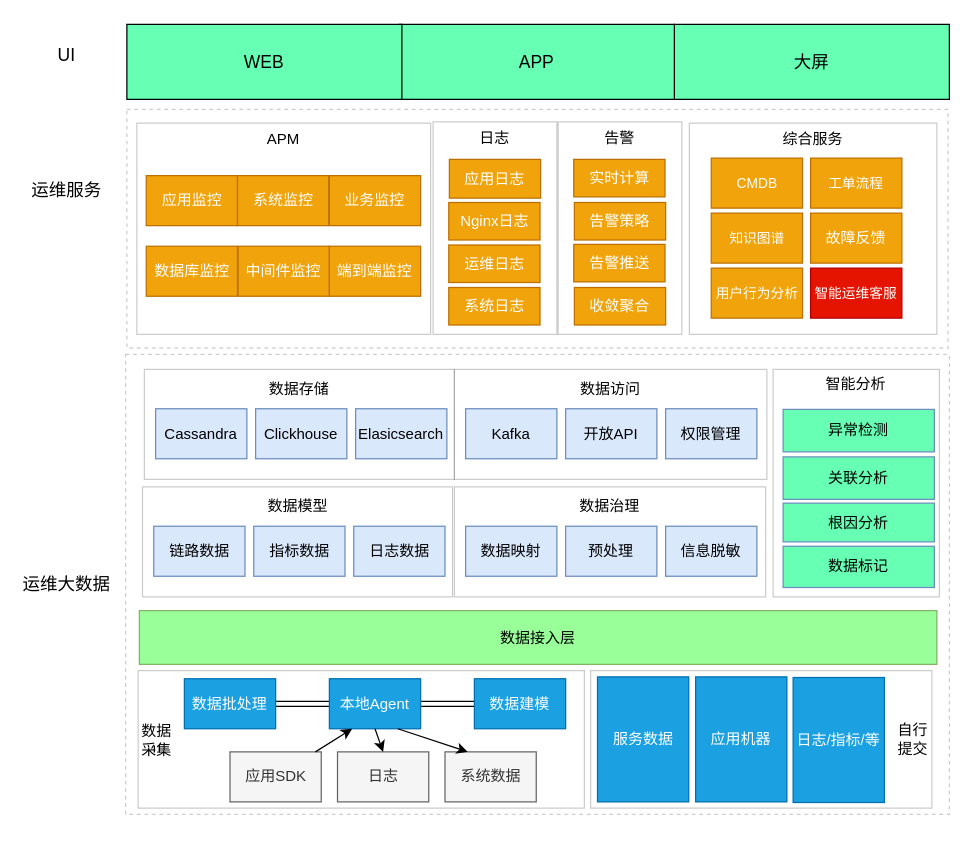
Above: 传化盖亚架构图.drawio in sunface/draw.io (draw.io), before the change. Source tidied: cells renumbered, new cells numbered last; positions are measured from the earlier drawing's top-left corner, leaving out a move shared by most shapes. Both pictures are drawn from the tidied source at 125%, with x=0, y=0 at pixel (21, 24).
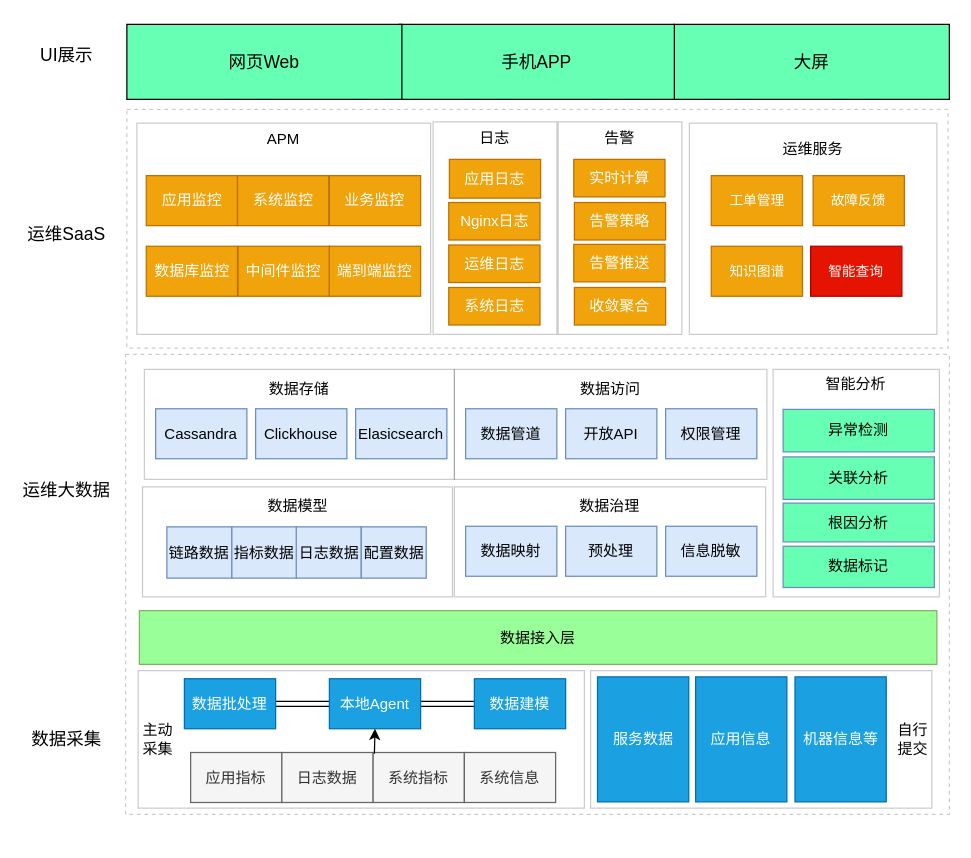
The same diagram, later.

Commit message (it also covers changes not shown here):
Update 传化盖亚架构图.drawio

Unchanged cells that the change refers to:
```xml
<mxCell id="8" value="本地Agent" style="rounded=0;whiteSpace=wrap;html=1;shadow=0;fillColor=#1ba1e2;fontSize=12;strokeColor=#006EAF;fontColor=#ffffff;" parent="1" vertex="1">
  <mxGeometry x="246" y="523.5" width="73" height="40" as="geometry" />
</mxCell>
```

The edit, as a diff of the source:
```diff
@@
     <mxCell id="4" value="运维大数据" style="text;html=1;strokeColor=none;fillColor=none;align=center;verticalAlign=middle;whiteSpace=wrap;rounded=0;shadow=0;dashed=1;fontSize=14;opacity=20;" parent="1" vertex="1">
-      <mxGeometry y="438" width="72" height="20" as="geometry" />
+      <mxGeometry y="363" width="72" height="20" as="geometry" />
     </mxCell>
-    <mxCell id="5" value="数据采集" style="text;html=1;strokeColor=none;fillColor=none;align=center;verticalAlign=middle;whiteSpace=wrap;rounded=0;shadow=0;fontSize=12;opacity=20;" parent="1" vertex="1">
-      <mxGeometry x="93" y="562.5" width="30" height="20" as="geometry" />
-    </mxCell>
@@
-    <mxCell id="9" value="应用SDK" style="rounded=0;whiteSpace=wrap;html=1;shadow=0;fillColor=#f5f5f5;fontSize=12;strokeColor=#666666;fontColor=#333333;" parent="1" vertex="1">
-      <mxGeometry x="166.5" y="582" width="73" height="40" as="geometry" />
+    <mxCell id="9" value="应用指标" style="rounded=0;whiteSpace=wrap;html=1;shadow=0;fillColor=#f5f5f5;fontSize=12;strokeColor=#666666;fontColor=#333333;" parent="1" vertex="1">
+      <mxGeometry x="135" y="582.5" width="73" height="40" as="geometry" />
     </mxCell>
-    <mxCell id="10" value="日志" style="rounded=0;whiteSpace=wrap;html=1;shadow=0;fillColor=#f5f5f5;fontSize=12;strokeColor=#666666;fontColor=#333333;" parent="1" vertex="1">
-      <mxGeometry x="252.5" y="582" width="73" height="40" as="geometry" />
+    <mxCell id="10" value="日志数据" style="rounded=0;whiteSpace=wrap;html=1;shadow=0;fillColor=#f5f5f5;fontSize=12;strokeColor=#666666;fontColor=#333333;" parent="1" vertex="1">
+      <mxGeometry x="208" y="582.5" width="73" height="40" as="geometry" />
     </mxCell>
@@
-    <mxCell id="12" style="edgeStyle=orthogonalEdgeStyle;shape=link;rounded=0;orthogonalLoop=1;jettySize=auto;html=1;exitX=0.5;exitY=1;exitDx=0;exitDy=0;entryX=0.5;entryY=0.725;entryDx=0;entryDy=0;entryPerimeter=0;startArrow=classic;startFill=1;endArrow=none;endFill=0;fontSize=12;" parent="1" edge="1" source="5" target="5">
-      <mxGeometry relative="1" as="geometry" />
-    </mxCell>
-    <mxCell id="13" style="endArrow=classic;html=1;fontSize=12;entryX=0.25;entryY=1;entryDx=0;entryDy=0;" parent="1" edge="1" source="9" target="8">
-      <mxGeometry relative="1" as="geometry" />
-    </mxCell>
-    <mxCell id="14" style="endArrow=none;html=1;fontSize=12;exitX=0.5;exitY=0;exitDx=0;exitDy=0;startArrow=classic;startFill=1;endFill=0;entryX=0.5;entryY=1;entryDx=0;entryDy=0;" parent="1" edge="1" source="10" target="8">
-      <mxGeometry relative="1" as="geometry" />
-    </mxCell>
@@
-    <mxCell id="17" value="系统数据" style="rounded=0;whiteSpace=wrap;html=1;shadow=0;fillColor=#f5f5f5;fontSize=12;strokeColor=#666666;fontColor=#333333;" parent="1" vertex="1">
-      <mxGeometry x="338.5" y="582" width="73" height="40" as="geometry" />
+    <mxCell id="17" value="系统指标" style="rounded=0;whiteSpace=wrap;html=1;shadow=0;fillColor=#f5f5f5;fontSize=12;strokeColor=#666666;fontColor=#333333;" parent="1" vertex="1">
+      <mxGeometry x="281" y="582.5" width="73" height="40" as="geometry" />
     </mxCell>
-    <mxCell id="18" style="endArrow=none;html=1;fontSize=12;entryX=0.75;entryY=1;entryDx=0;entryDy=0;exitX=0.25;exitY=0;exitDx=0;exitDy=0;startArrow=classic;startFill=1;endFill=0;" parent="1" edge="1" source="17" target="8">
-      <mxGeometry relative="1" as="geometry" />
-    </mxCell>
@@
     <mxCell id="21" value="链路数据" style="rounded=0;whiteSpace=wrap;html=1;shadow=0;fillColor=#dae8fc;fontSize=12;strokeColor=#6c8ebf;" parent="1" vertex="1">
-      <mxGeometry x="105.5" y="401.5" width="73" height="40" as="geometry" />
+      <mxGeometry x="116" y="402" width="52" height="41" as="geometry" />
     </mxCell>
-    <mxCell id="22" value="指标数据" style="rounded=0;whiteSpace=wrap;html=1;shadow=0;fillColor=#dae8fc;fontSize=12;strokeColor=#6c8ebf;" parent="1" vertex="1">
-      <mxGeometry x="185.5" y="401.5" width="73" height="40" as="geometry" />
-    </mxCell>
-    <mxCell id="23" value="日志数据" style="rounded=0;whiteSpace=wrap;html=1;shadow=0;fillColor=#dae8fc;fontSize=12;strokeColor=#6c8ebf;" parent="1" vertex="1">
-      <mxGeometry x="265.5" y="401.5" width="73" height="40" as="geometry" />
-    </mxCell>
@@
-    <mxCell id="32" value="Kafka" style="rounded=0;whiteSpace=wrap;html=1;shadow=0;fillColor=#dae8fc;fontSize=12;strokeColor=#6c8ebf;" parent="1" vertex="1">
+    <mxCell id="32" value="数据管道" style="rounded=0;whiteSpace=wrap;html=1;shadow=0;fillColor=#dae8fc;fontSize=12;strokeColor=#6c8ebf;" parent="1" vertex="1">
       <mxGeometry x="355" y="307.5" width="73" height="40" as="geometry" />
     </mxCell>
@@
-    <mxCell id="44" value="应用机器" style="rounded=0;whiteSpace=wrap;html=1;shadow=0;fillColor=#1ba1e2;fontSize=12;strokeColor=#006EAF;fontColor=#ffffff;" parent="1" vertex="1">
+    <mxCell id="44" value="应用信息" style="rounded=0;whiteSpace=wrap;html=1;shadow=0;fillColor=#1ba1e2;fontSize=12;strokeColor=#006EAF;fontColor=#ffffff;" parent="1" vertex="1">
       <mxGeometry x="539" y="522" width="73" height="100" as="geometry" />
     </mxCell>
-    <mxCell id="45" value="日志/指标/等" style="rounded=0;whiteSpace=wrap;html=1;shadow=0;fillColor=#1ba1e2;fontSize=12;strokeColor=#006EAF;fontColor=#ffffff;" parent="1" vertex="1">
-      <mxGeometry x="617" y="522.5" width="73" height="100" as="geometry" />
+    <mxCell id="45" value="机器信息等" style="rounded=0;whiteSpace=wrap;html=1;shadow=0;fillColor=#1ba1e2;fontSize=12;strokeColor=#006EAF;fontColor=#ffffff;" parent="1" vertex="1">
+      <mxGeometry x="618.5" y="522" width="73" height="100" as="geometry" />
     </mxCell>
-    <mxCell id="46" value="运维服务" style="text;html=1;strokeColor=none;fillColor=none;align=center;verticalAlign=middle;whiteSpace=wrap;rounded=0;shadow=0;dashed=1;fontSize=14;opacity=20;" parent="1" vertex="1">
-      <mxGeometry y="123" width="72" height="20" as="geometry" />
+    <mxCell id="46" value="运维SaaS" style="text;html=1;strokeColor=none;fillColor=none;align=center;verticalAlign=middle;whiteSpace=wrap;rounded=0;shadow=0;dashed=1;fontSize=14;opacity=20;" parent="1" vertex="1">
+      <mxGeometry y="157.5" width="72" height="20" as="geometry" />
     </mxCell>
@@
-    <mxCell id="65" value="综合服务&lt;br&gt;&lt;br&gt;&lt;br&gt;&lt;br&gt;&lt;br&gt;&lt;br&gt;&lt;br&gt;&lt;br&gt;&lt;br&gt;&lt;br&gt;&lt;br&gt;" style="rounded=0;whiteSpace=wrap;html=1;shadow=0;fillColor=#ffffff;gradientColor=none;fontSize=12;opacity=20;align=center;" parent="1" vertex="1">
+    <mxCell id="65" value="运维服务&lt;br&gt;&lt;br&gt;&lt;br&gt;&lt;br&gt;&lt;br&gt;&lt;br&gt;&lt;br&gt;&lt;br&gt;&lt;br&gt;&lt;br&gt;" style="rounded=0;whiteSpace=wrap;html=1;shadow=0;fillColor=#ffffff;gradientColor=none;fontSize=12;opacity=20;align=center;" parent="1" vertex="1">
       <mxGeometry x="534" y="79" width="198" height="169" as="geometry" />
     </mxCell>
-    <mxCell id="66" value="UI" style="text;html=1;strokeColor=none;fillColor=none;align=center;verticalAlign=middle;whiteSpace=wrap;rounded=0;shadow=0;dashed=1;fontSize=14;opacity=20;" parent="1" vertex="1">
+    <mxCell id="66" value="UI展示" style="text;html=1;strokeColor=none;fillColor=none;align=center;verticalAlign=middle;whiteSpace=wrap;rounded=0;shadow=0;dashed=1;fontSize=14;opacity=20;" parent="1" vertex="1">
       <mxGeometry y="15" width="72" height="20" as="geometry" />
     </mxCell>
@@
-    <mxCell id="68" value="APP" style="rounded=0;whiteSpace=wrap;html=1;shadow=0;fillColor=#66FFB3;gradientColor=none;fontSize=14;" parent="1" vertex="1">
+    <mxCell id="68" value="手机APP" style="rounded=0;whiteSpace=wrap;html=1;shadow=0;fillColor=#66FFB3;gradientColor=none;fontSize=14;" parent="1" vertex="1">
       <mxGeometry x="302" width="220" height="60" as="geometry" />
     </mxCell>
-    <mxCell id="69" value="WEB" style="rounded=0;whiteSpace=wrap;html=1;shadow=0;fillColor=#66FFB3;gradientColor=none;fontSize=14;" parent="1" vertex="1">
+    <mxCell id="69" value="网页Web" style="rounded=0;whiteSpace=wrap;html=1;shadow=0;fillColor=#66FFB3;gradientColor=none;fontSize=14;" parent="1" vertex="1">
       <mxGeometry x="84" width="220" height="60" as="geometry" />
     </mxCell>
-    <mxCell id="70" value="故障反馈" style="rounded=0;whiteSpace=wrap;html=1;shadow=0;fillColor=#f0a30a;fontSize=12;strokeColor=#BD7000;fontColor=#ffffff;" parent="1" vertex="1">
-      <mxGeometry x="631" y="151" width="73" height="40" as="geometry" />
-    </mxCell>
-    <mxCell id="71" value="用户行为分析" style="rounded=0;whiteSpace=wrap;html=1;shadow=0;fillColor=#f0a30a;fontSize=11;strokeColor=#BD7000;fontColor=#ffffff;" parent="1" vertex="1">
-      <mxGeometry x="551.5" y="195" width="73" height="40" as="geometry" />
-    </mxCell>
-    <mxCell id="72" value="智能运维客服" style="rounded=0;whiteSpace=wrap;html=1;shadow=0;fillColor=#e51400;fontSize=11;strokeColor=#B20000;fontColor=#ffffff;" parent="1" vertex="1">
-      <mxGeometry x="631" y="195" width="73" height="40" as="geometry" />
+    <mxCell id="72" value="智能查询" style="rounded=0;whiteSpace=wrap;html=1;shadow=0;fillColor=#e51400;fontSize=11;strokeColor=#B20000;fontColor=#ffffff;" parent="1" vertex="1">
+      <mxGeometry x="631" y="177.5" width="73" height="40" as="geometry" />
     </mxCell>
     <mxCell id="73" value="知识图谱" style="rounded=0;whiteSpace=wrap;html=1;shadow=0;fillColor=#f0a30a;fontSize=11;strokeColor=#BD7000;fontColor=#ffffff;" parent="1" vertex="1">
-      <mxGeometry x="551.5" y="151" width="73" height="40" as="geometry" />
+      <mxGeometry x="551.5" y="177.5" width="73" height="40" as="geometry" />
     </mxCell>
-    <mxCell id="74" value="CMDB" style="rounded=0;whiteSpace=wrap;html=1;shadow=0;fillColor=#f0a30a;fontSize=11;strokeColor=#BD7000;fontColor=#ffffff;" parent="1" vertex="1">
-      <mxGeometry x="551.5" y="107" width="73" height="40" as="geometry" />
-    </mxCell>
-    <mxCell id="75" value="工单流程" style="rounded=0;whiteSpace=wrap;html=1;shadow=0;fillColor=#f0a30a;fontSize=11;strokeColor=#BD7000;fontColor=#ffffff;" parent="1" vertex="1">
-      <mxGeometry x="631" y="107" width="73" height="40" as="geometry" />
+    <mxCell id="75" value="工单管理" style="rounded=0;whiteSpace=wrap;html=1;shadow=0;fillColor=#f0a30a;fontSize=11;strokeColor=#BD7000;fontColor=#ffffff;" parent="1" vertex="1">
+      <mxGeometry x="551.5" y="121" width="73" height="40" as="geometry" />
     </mxCell>
+    <mxCell id="70" value="故障反馈" style="rounded=0;whiteSpace=wrap;html=1;shadow=0;fillColor=#f0a30a;fontSize=11;strokeColor=#BD7000;fontColor=#ffffff;" parent="1" vertex="1">
+      <mxGeometry x="633" y="121" width="73" height="40" as="geometry" />
+    </mxCell>
+    <mxCell id="22" value="指标数据" style="rounded=0;whiteSpace=wrap;html=1;shadow=0;fillColor=#dae8fc;fontSize=12;strokeColor=#6c8ebf;" parent="1" vertex="1">
+      <mxGeometry x="168" y="402" width="52" height="41" as="geometry" />
+    </mxCell>
+    <mxCell id="23" value="日志数据" style="rounded=0;whiteSpace=wrap;html=1;shadow=0;fillColor=#dae8fc;fontSize=12;strokeColor=#6c8ebf;" parent="1" vertex="1">
+      <mxGeometry x="219.5" y="402" width="52" height="41" as="geometry" />
+    </mxCell>
+    <mxCell id="76" value="配置数据" style="rounded=0;whiteSpace=wrap;html=1;shadow=0;fillColor=#dae8fc;fontSize=12;strokeColor=#6c8ebf;" parent="1" vertex="1">
+      <mxGeometry x="271.5" y="402" width="52" height="41" as="geometry" />
+    </mxCell>
+    <mxCell id="77" value="系统信息" style="rounded=0;whiteSpace=wrap;html=1;shadow=0;fillColor=#f5f5f5;fontSize=12;strokeColor=#666666;fontColor=#333333;" parent="1" vertex="1">
+      <mxGeometry x="354" y="582.5" width="73" height="40" as="geometry" />
+    </mxCell>
+    <mxCell id="18" style="endArrow=classic;html=1;exitX=0.014;exitY=0.025;exitDx=0;exitDy=0;entryX=0.5;entryY=1;entryDx=0;entryDy=0;exitPerimeter=0;" parent="1" edge="1" source="17" target="8">
+      <mxGeometry relative="1" as="geometry" />
+    </mxCell>
+    <mxCell id="5" value="数据采集" style="text;html=1;strokeColor=none;fillColor=none;align=center;verticalAlign=middle;whiteSpace=wrap;rounded=0;shadow=0;dashed=1;fontSize=14;opacity=20;" parent="1" vertex="1">
+      <mxGeometry y="562" width="72" height="20" as="geometry" />
+    </mxCell>
+    <mxCell id="78" value="主动采集" style="text;html=1;strokeColor=none;fillColor=none;align=center;verticalAlign=middle;whiteSpace=wrap;rounded=0;shadow=0;fontSize=12;opacity=20;" parent="1" vertex="1">
+      <mxGeometry x="94" y="562" width="30" height="20" as="geometry" />
+    </mxCell>
```
